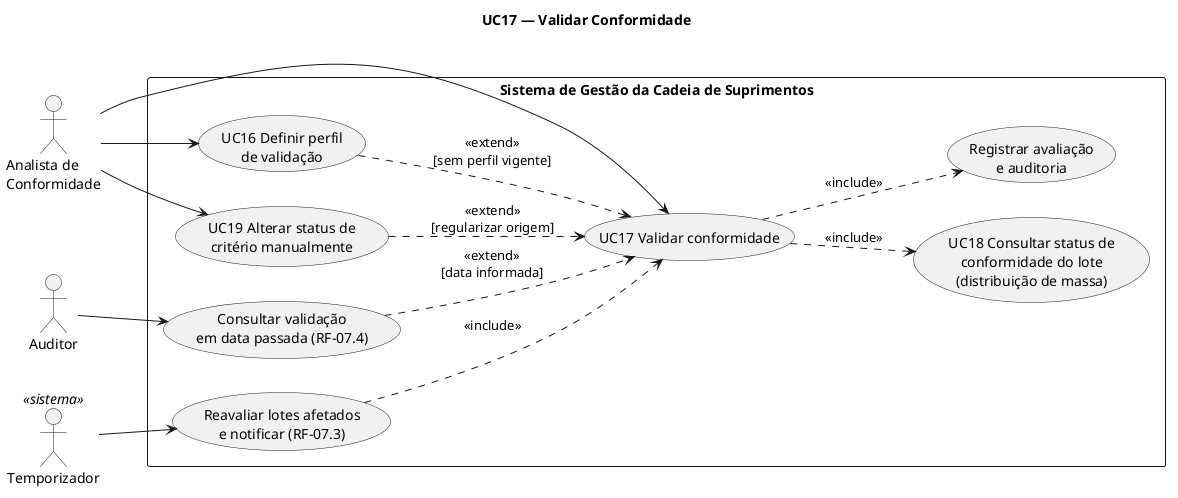
Before: docs/v3/casos-de-uso/plantuml/uc17-validar-conformidade.png, a diagram exported from PlantUML (pedrohrossetto/gestao-cadeia-suprimentos). The source it was exported from:
```plantuml
@startuml uc17-validar-conformidade
title UC17 — Validar Conformidade
left to right direction
skinparam packageStyle rectangle
skinparam shadowing false

actor "Analista de\nConformidade" as ana
actor "Auditor" as aud
actor "Temporizador" as tmp <<sistema>>

rectangle "Sistema de Gestão da Cadeia de Suprimentos" {
  usecase "UC17 Validar conformidade" as uc17
  usecase "UC18 Consultar status de\nconformidade do lote\n(distribuição de massa)" as uc18
  usecase "Registrar avaliação\ne auditoria" as reg
  usecase "Reavaliar lotes afetados\ne notificar (RF-07.3)" as rea
  usecase "Consultar validação\nem data passada (RF-07.4)" as pas
  usecase "UC19 Alterar status de\ncritério manualmente" as uc19
  usecase "UC16 Definir perfil\nde validação" as uc16
}

ana --> uc17
ana --> uc19
ana --> uc16
aud --> pas
tmp --> rea

uc17 ..> uc18 : <<include>>
uc17 ..> reg : <<include>>
rea ..> uc17 : <<include>>
pas ..> uc17 : <<extend>>\n[data informada]
uc19 ..> uc17 : <<extend>>\n[regularizar origem]
uc16 ..> uc17 : <<extend>>\n[sem perfil vigente]
@enduml
```
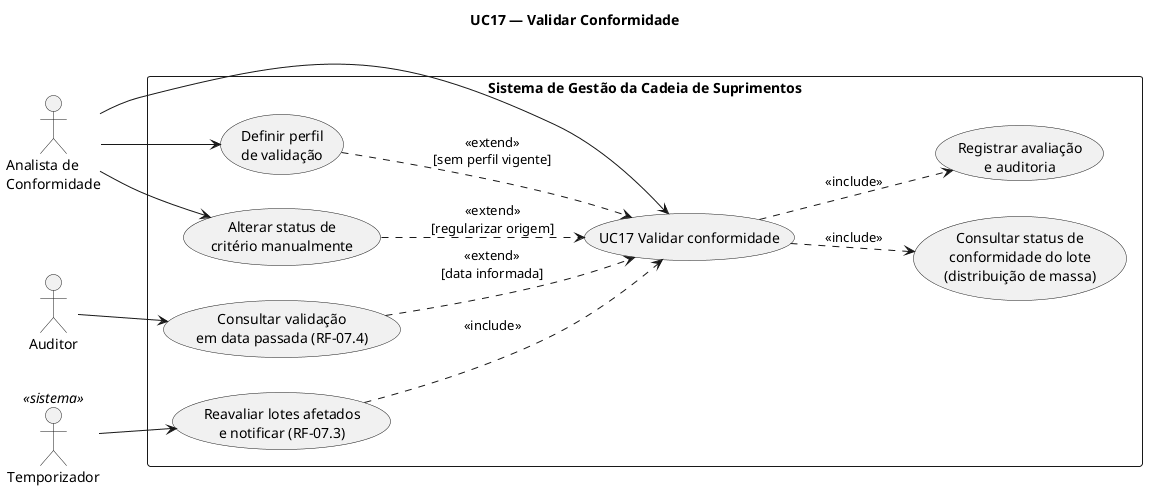
After the change.

The edit, as a diff of the source:
```diff
@@ -10,12 +10,12 @@
 
 rectangle "Sistema de Gestão da Cadeia de Suprimentos" {
   usecase "UC17 Validar conformidade" as uc17
-  usecase "UC18 Consultar status de\nconformidade do lote\n(distribuição de massa)" as uc18
+  usecase "Consultar status de\nconformidade do lote\n(distribuição de massa)" as uc18
   usecase "Registrar avaliação\ne auditoria" as reg
   usecase "Reavaliar lotes afetados\ne notificar (RF-07.3)" as rea
   usecase "Consultar validação\nem data passada (RF-07.4)" as pas
-  usecase "UC19 Alterar status de\ncritério manualmente" as uc19
-  usecase "UC16 Definir perfil\nde validação" as uc16
+  usecase "Alterar status de\ncritério manualmente" as uc19
+  usecase "Definir perfil\nde validação" as uc16
 }
 
 ana --> uc17
```
